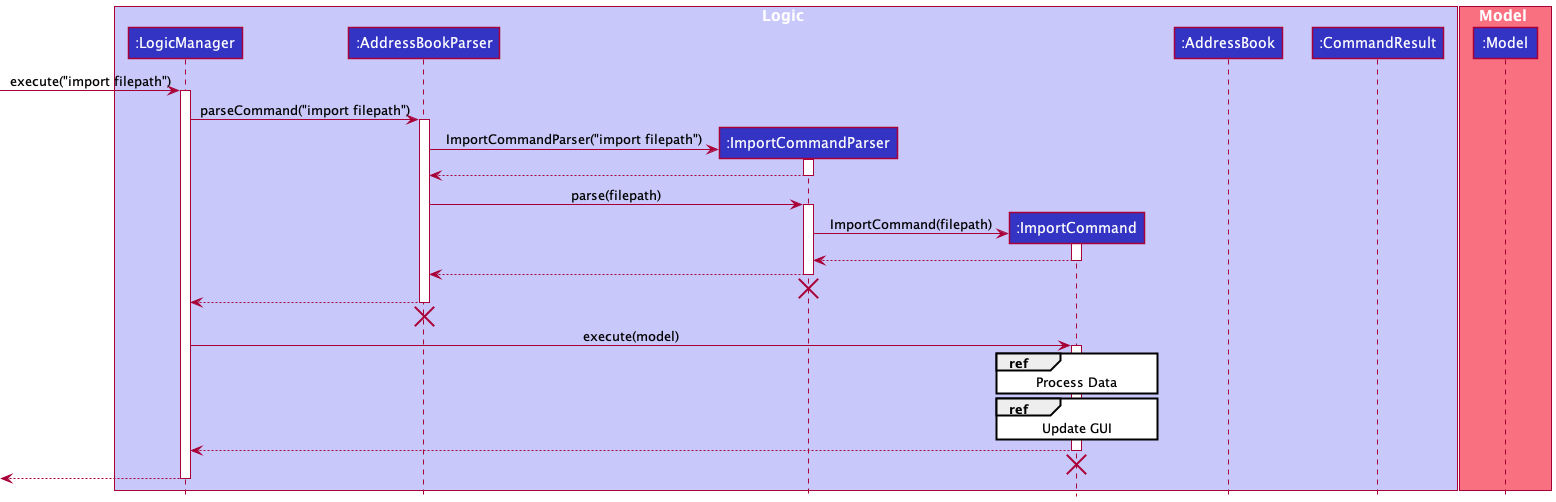
The PlantUML diagram docs/images/ImportSequenceDiagram.png in szelongq/tp, before a commit.
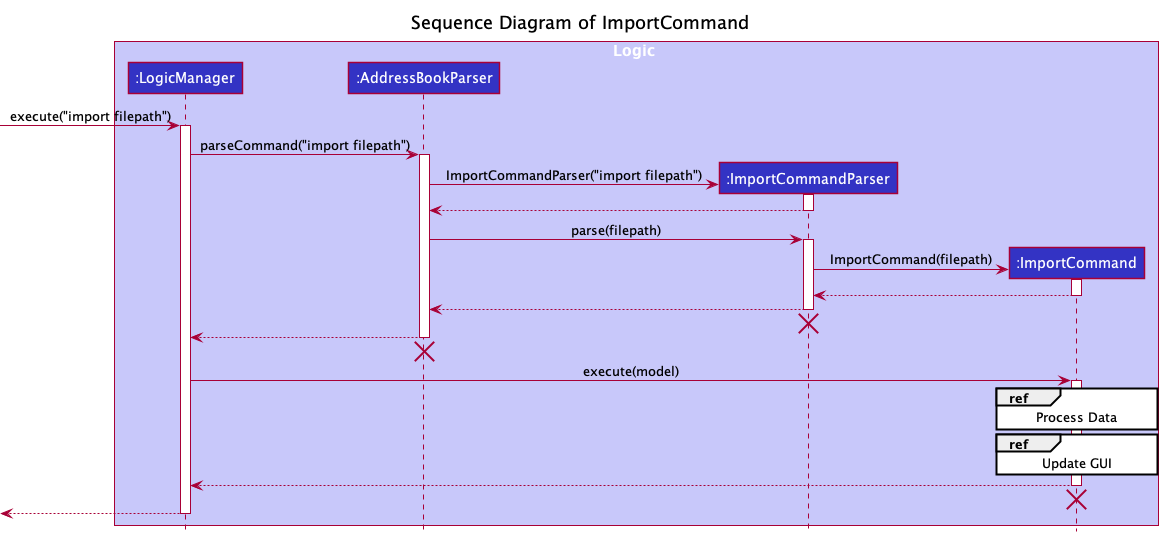
The same diagram one commit later.

Commit message:
Fix ImportSequenceDiagram error

Change to the diagram source:
```diff
@@ -1,18 +1,12 @@
 @startuml
 !include style.puml
+title Sequence Diagram of ImportCommand
 
 box Logic LOGIC_COLOR_T1
 participant ":LogicManager" as LogicManager LOGIC_COLOR
 participant ":AddressBookParser" as AddressBookParser LOGIC_COLOR
 participant ":ImportCommandParser" as ImportCommandParser LOGIC_COLOR
 participant ":ImportCommand" as ImportCommand LOGIC_COLOR
-participant ":AddressBook" as AddressBook LOGIC_COLOR
-participant ":Model" as Model LOGIC_COLOR
-participant ":CommandResult" as CommandResult LOGIC_COLOR
-end box
-
-box Model MODEL_COLOR_T1
-participant ":Model" as Model MODEL_COLOR
 end box
 
 [-> LogicManager : execute("import filepath")
```
